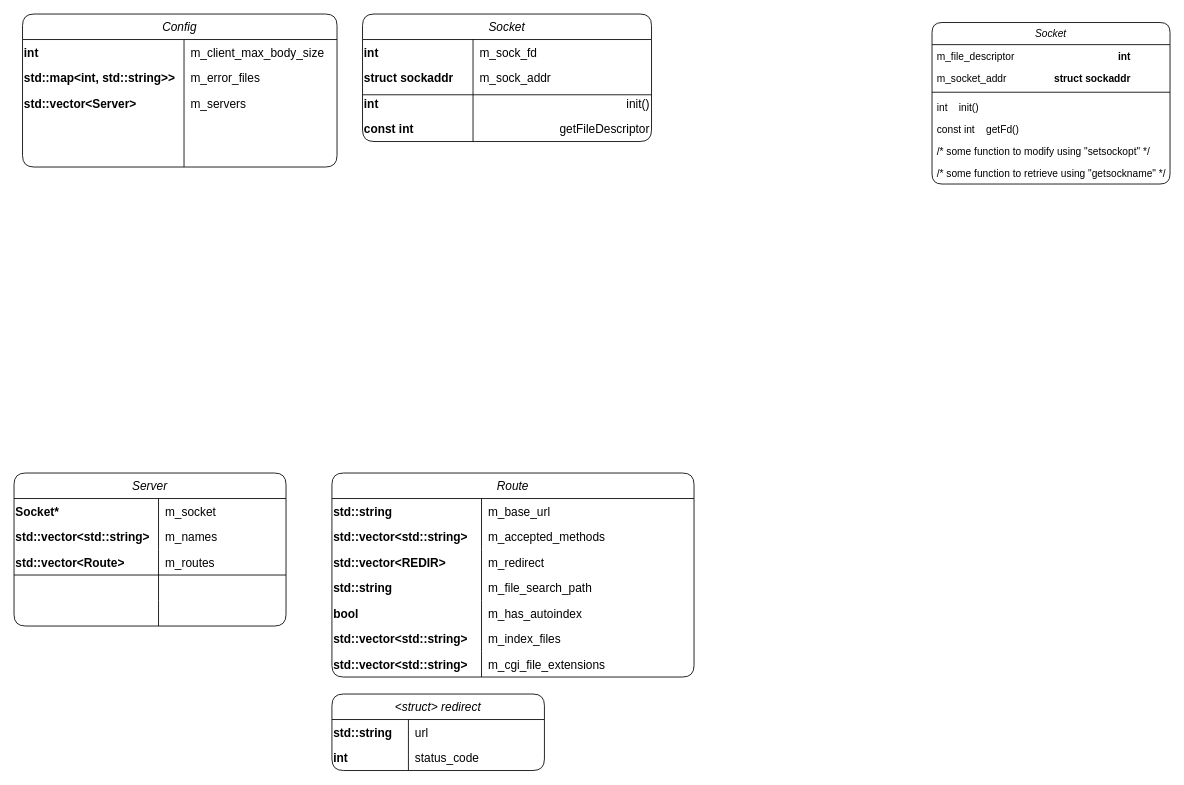
The draw.io diagram webserv.drawio in 42JesseW/webserv, before the edit. Source tidied: cells renumbered, new cells numbered last; positions are measured from the earlier drawing's top-left corner, leaving out a move shared by most shapes. Both pictures are drawn from the tidied source at 85%, with x=0, y=0 at pixel (14, 14).
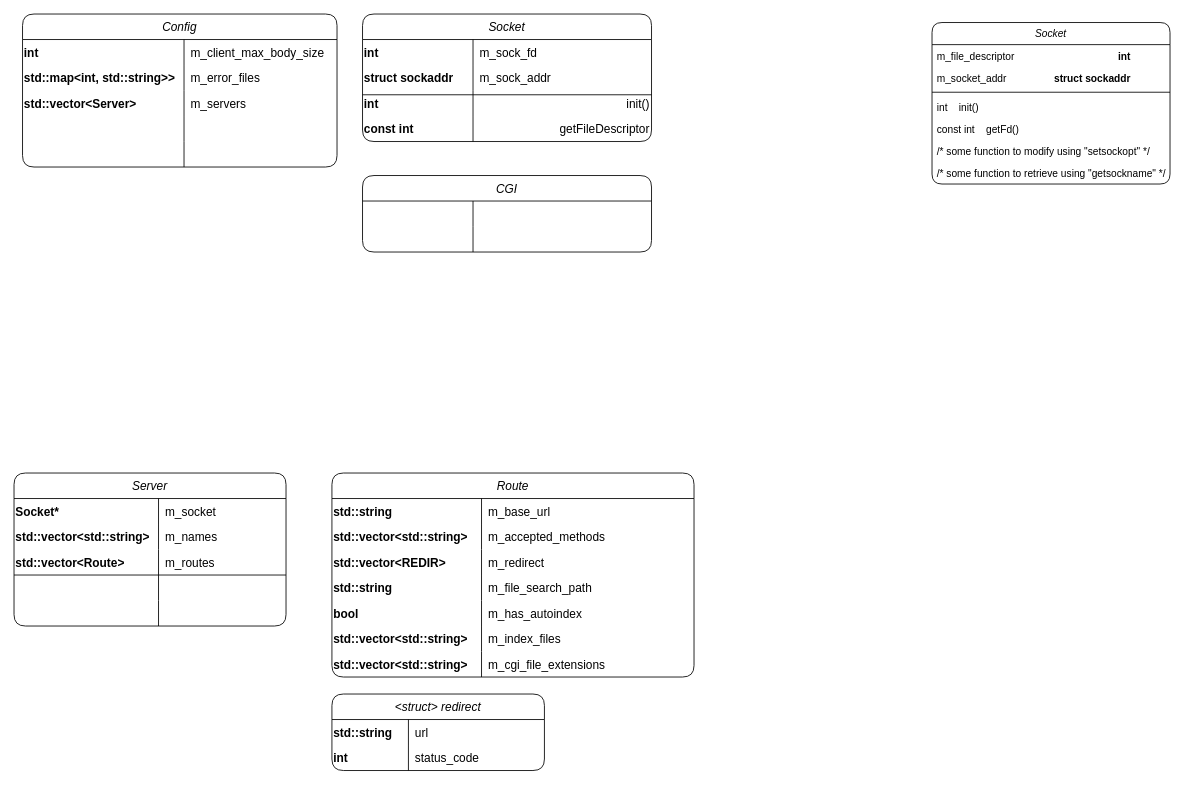
The same diagram, later.

Diff of the diagram source:
```diff
@@
+    <mxCell id="90" value="CGI" style="shape=table;startSize=30;childLayout=tableLayout;rowLines=0;fontStyle=2;align=center;rounded=1;labelBackgroundColor=none;fillColor=default;gradientColor=none;fontSize=14;" parent="1" vertex="1">
+      <mxGeometry x="410" y="190" width="340" height="90" as="geometry" />
+    </mxCell>
+    <mxCell id="91" style="shape=tableRow;horizontal=0;startSize=0;swimlaneHead=0;swimlaneBody=0;fillColor=none;top=0;left=0;right=0;bottom=0;rounded=1;labelBackgroundColor=#E6E6E6;" parent="90" vertex="1">
+      <mxGeometry y="30" width="340" height="30" as="geometry" />
+    </mxCell>
+    <mxCell id="92" style="shape=partialRectangle;fillColor=none;top=0;left=0;bottom=0;right=0;overflow=hidden;rounded=1;labelBackgroundColor=none;align=left;fontStyle=1;fontSize=14;" parent="91" vertex="1">
+      <mxGeometry width="130" height="30" as="geometry" />
+    </mxCell>
+    <mxCell id="93" style="shape=partialRectangle;fillColor=none;top=0;left=0;bottom=0;right=0;align=right;spacingLeft=6;overflow=hidden;rounded=1;labelBackgroundColor=none;fontSize=14;" parent="91" vertex="1">
+      <mxGeometry x="130" width="210" height="30" as="geometry" />
+    </mxCell>
+    <mxCell id="94" style="shape=tableRow;horizontal=0;startSize=0;swimlaneHead=0;swimlaneBody=0;fillColor=none;top=0;left=0;right=0;bottom=0;rounded=1;labelBackgroundColor=#E6E6E6;" parent="90" vertex="1">
+      <mxGeometry y="60" width="340" height="30" as="geometry" />
+    </mxCell>
+    <mxCell id="95" style="shape=partialRectangle;fillColor=none;top=0;left=0;bottom=0;right=0;overflow=hidden;rounded=1;labelBackgroundColor=none;align=left;fontStyle=1;fontSize=14;" parent="94" vertex="1">
+      <mxGeometry width="130" height="30" as="geometry" />
+    </mxCell>
+    <mxCell id="96" style="shape=partialRectangle;fillColor=none;top=0;left=0;bottom=0;right=0;align=right;spacingLeft=6;overflow=hidden;rounded=1;labelBackgroundColor=none;fontSize=14;" parent="94" vertex="1">
+      <mxGeometry x="130" width="210" height="30" as="geometry" />
+    </mxCell>
```
